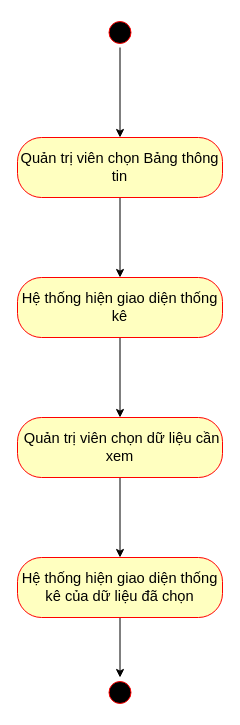
Earlier version of the draw.io diagram Nam3_HK1/CNPM_SoftTech/Activity Diagrams/Linh Quân/AD_ThốngKêMuaBán.drawio (EdgarIgnite16/SGU-Course). Source tidied: cells renumbered, new cells numbered last; positions are measured from the earlier drawing's top-left corner, leaving out a move shared by most shapes. Both pictures are drawn from the tidied source at 100%, with x=0, y=0 at pixel (17, 17).
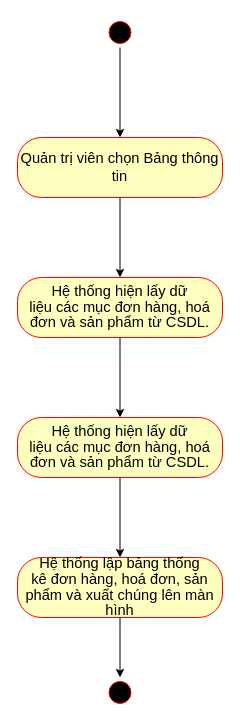
Above is the later version.

What changed in the source:
```diff
@@
 <mxGraphModel>
   <root>
     <mxCell id="0" />
     <mxCell id="1" parent="0" />
     <mxCell id="2" style="edgeStyle=orthogonalEdgeStyle;rounded=0;jettySize=auto;html=1;strokeColor=#000000;" parent="1" edge="1" source="11" target="4">
       <mxGeometry relative="1" as="geometry" />
     </mxCell>
     <mxCell id="3" style="edgeStyle=orthogonalEdgeStyle;rounded=0;jettySize=auto;html=1;strokeColor=#000000;" parent="1" edge="1" source="4" target="6">
       <mxGeometry relative="1" as="geometry" />
     </mxCell>
     <mxCell id="4" value="&lt;span id=&quot;docs-internal-guid-b119b1f9-7fff-7a8a-0c2a-a52a1cc7dd21&quot;&gt;&lt;p style=&quot;line-height:1.2;margin-top:0pt;margin-bottom:0pt;&quot; dir=&quot;ltr&quot;&gt;&lt;span id=&quot;docs-internal-guid-87ecdf26-7fff-a502-00cf-f5917936f4c6&quot;&gt;&lt;/span&gt;&lt;/p&gt;&lt;p style=&quot;line-height:1.2;margin-top:0pt;margin-bottom:0pt;&quot; dir=&quot;ltr&quot;&gt;&lt;span style=&quot;font-size: 11pt; font-family: Calibri, sans-serif; color: rgb(0, 0, 0); background-color: transparent; font-weight: 400; font-style: normal; font-variant: normal; text-decoration: none; vertical-align: baseline;&quot;&gt;Quản trị viên chọn Bảng thông tin&lt;/span&gt;&lt;/p&gt;&lt;/span&gt;" style="rounded=1;whiteSpace=wrap;html=1;arcSize=40;fontColor=#000000;fillColor=#ffffc0;strokeColor=#ff0000;fontFamily=Helvetica;" parent="1" vertex="1">
       <mxGeometry y="120" width="205" height="60" as="geometry" />
     </mxCell>
     <mxCell id="5" style="edgeStyle=orthogonalEdgeStyle;rounded=0;jettySize=auto;html=1;strokeColor=#000000;" parent="1" edge="1" source="6" target="8">
       <mxGeometry relative="1" as="geometry" />
     </mxCell>
-    <mxCell id="6" value="&lt;span id=&quot;docs-internal-guid-b119b1f9-7fff-7a8a-0c2a-a52a1cc7dd21&quot;&gt;&lt;p style=&quot;line-height:1.2;margin-top:0pt;margin-bottom:0pt;&quot; dir=&quot;ltr&quot;&gt;&lt;span id=&quot;docs-internal-guid-87ecdf26-7fff-a502-00cf-f5917936f4c6&quot;&gt;&lt;/span&gt;&lt;/p&gt;&lt;p style=&quot;line-height:1.2;margin-top:0pt;margin-bottom:0pt;&quot; dir=&quot;ltr&quot;&gt;&lt;span id=&quot;docs-internal-guid-6f0540c0-7fff-cedd-dd9e-b922fe658600&quot;&gt;&lt;/span&gt;&lt;/p&gt;&lt;p style=&quot;line-height:1.2;margin-top:0pt;margin-bottom:0pt;&quot; dir=&quot;ltr&quot;&gt;&lt;span style=&quot;font-size: 11pt; font-family: Calibri, sans-serif; color: rgb(0, 0, 0); background-color: transparent; font-weight: 400; font-style: normal; font-variant: normal; text-decoration: none; vertical-align: baseline;&quot;&gt;Hệ thống hiện giao diện thống kê&lt;/span&gt;&lt;/p&gt;&lt;/span&gt;" style="rounded=1;whiteSpace=wrap;html=1;arcSize=40;fontColor=#000000;fillColor=#ffffc0;strokeColor=#ff0000;fontFamily=Helvetica;" parent="1" vertex="1">
+    <mxCell id="6" value="&lt;span id=&quot;docs-internal-guid-b119b1f9-7fff-7a8a-0c2a-a52a1cc7dd21&quot;&gt;&lt;p style=&quot;line-height: 1.2 ; margin-top: 0pt ; margin-bottom: 0pt&quot; dir=&quot;ltr&quot;&gt;&lt;span id=&quot;docs-internal-guid-87ecdf26-7fff-a502-00cf-f5917936f4c6&quot;&gt;&lt;/span&gt;&lt;/p&gt;&lt;p style=&quot;line-height: 1.2 ; margin-top: 0pt ; margin-bottom: 0pt&quot; dir=&quot;ltr&quot;&gt;&lt;span id=&quot;docs-internal-guid-6f0540c0-7fff-cedd-dd9e-b922fe658600&quot;&gt;&lt;/span&gt;&lt;/p&gt;&lt;p style=&quot;line-height: 1.2 ; margin-top: 0pt ; margin-bottom: 0pt&quot; dir=&quot;ltr&quot;&gt;&lt;span style=&quot;font-size: 11.0pt ; line-height: 107% ; font-family: &amp;#34;calibri&amp;#34; , sans-serif&quot;&gt;Hệ thống hiện lấy dữ&lt;br/&gt;liệu các mục đơn hàng, hoá đơn và sản phẩm từ CSDL.&lt;/span&gt;&lt;br&gt;&lt;/p&gt;&lt;/span&gt;" style="rounded=1;whiteSpace=wrap;html=1;arcSize=40;fontColor=#000000;fillColor=#ffffc0;strokeColor=#ff0000;fontFamily=Helvetica;" parent="1" vertex="1">
       <mxGeometry y="260" width="205" height="60" as="geometry" />
     </mxCell>
     <mxCell id="7" style="edgeStyle=orthogonalEdgeStyle;rounded=0;jettySize=auto;html=1;strokeColor=#000000;" parent="1" edge="1" source="8" target="10">
       <mxGeometry relative="1" as="geometry" />
     </mxCell>
-    <mxCell id="8" value="&lt;span id=&quot;docs-internal-guid-b119b1f9-7fff-7a8a-0c2a-a52a1cc7dd21&quot;&gt;&lt;p style=&quot;line-height:1.2;margin-top:0pt;margin-bottom:0pt;&quot; dir=&quot;ltr&quot;&gt;&lt;span id=&quot;docs-internal-guid-87ecdf26-7fff-a502-00cf-f5917936f4c6&quot;&gt;&lt;/span&gt;&lt;/p&gt;&lt;p style=&quot;line-height:1.2;margin-top:0pt;margin-bottom:0pt;&quot; dir=&quot;ltr&quot;&gt;&lt;span id=&quot;docs-internal-guid-6f0540c0-7fff-cedd-dd9e-b922fe658600&quot;&gt;&lt;/span&gt;&lt;/p&gt;&lt;p style=&quot;line-height:1.2;margin-top:0pt;margin-bottom:0pt;&quot; dir=&quot;ltr&quot;&gt;&lt;span id=&quot;docs-internal-guid-0d1dfeef-7fff-f3c3-ceaf-9b7a43b76ab0&quot;&gt;&lt;/span&gt;&lt;/p&gt;&lt;p style=&quot;line-height:1.2;margin-top:0pt;margin-bottom:0pt;&quot; dir=&quot;ltr&quot;&gt;&lt;span style=&quot;font-size: 11pt; font-family: Calibri, sans-serif; color: rgb(0, 0, 0); background-color: transparent; font-weight: 400; font-style: normal; font-variant: normal; text-decoration: none; vertical-align: baseline;&quot;&gt;&amp;nbsp;Quản trị viên chọn dữ liệu cần xem&lt;/span&gt;&lt;/p&gt;&lt;/span&gt;" style="rounded=1;whiteSpace=wrap;html=1;arcSize=40;fontColor=#000000;fillColor=#ffffc0;strokeColor=#ff0000;fontFamily=Helvetica;" parent="1" vertex="1">
+    <mxCell id="8" value="&lt;span id=&quot;docs-internal-guid-b119b1f9-7fff-7a8a-0c2a-a52a1cc7dd21&quot;&gt;&lt;p style=&quot;line-height: 1.2 ; margin-top: 0pt ; margin-bottom: 0pt&quot; dir=&quot;ltr&quot;&gt;&lt;span id=&quot;docs-internal-guid-87ecdf26-7fff-a502-00cf-f5917936f4c6&quot;&gt;&lt;/span&gt;&lt;/p&gt;&lt;p style=&quot;line-height: 1.2 ; margin-top: 0pt ; margin-bottom: 0pt&quot; dir=&quot;ltr&quot;&gt;&lt;span id=&quot;docs-internal-guid-6f0540c0-7fff-cedd-dd9e-b922fe658600&quot;&gt;&lt;/span&gt;&lt;/p&gt;&lt;p style=&quot;line-height: 1.2 ; margin-top: 0pt ; margin-bottom: 0pt&quot; dir=&quot;ltr&quot;&gt;&lt;span id=&quot;docs-internal-guid-0d1dfeef-7fff-f3c3-ceaf-9b7a43b76ab0&quot;&gt;&lt;/span&gt;&lt;/p&gt;&lt;p style=&quot;line-height: 1.2 ; margin-top: 0pt ; margin-bottom: 0pt&quot; dir=&quot;ltr&quot;&gt;&lt;span style=&quot;font-size: 11.0pt ; line-height: 107% ; font-family: &amp;#34;calibri&amp;#34; , sans-serif&quot;&gt;Hệ thống hiện lấy dữ&lt;br/&gt;liệu các mục đơn hàng, hoá đơn và sản phẩm từ CSDL.&lt;/span&gt;&lt;br&gt;&lt;/p&gt;&lt;/span&gt;" style="rounded=1;whiteSpace=wrap;html=1;arcSize=40;fontColor=#000000;fillColor=#ffffc0;strokeColor=#ff0000;fontFamily=Helvetica;" parent="1" vertex="1">
       <mxGeometry y="400" width="205" height="60" as="geometry" />
     </mxCell>
     <mxCell id="9" style="edgeStyle=orthogonalEdgeStyle;rounded=0;jettySize=auto;html=1;entryX=0.5;entryY=0;entryDx=0;entryDy=0;strokeColor=#000000;" parent="1" edge="1" source="10" target="12">
       <mxGeometry relative="1" as="geometry" />
     </mxCell>
-    <mxCell id="10" value="&lt;span id=&quot;docs-internal-guid-b119b1f9-7fff-7a8a-0c2a-a52a1cc7dd21&quot;&gt;&lt;p style=&quot;line-height:1.2;margin-top:0pt;margin-bottom:0pt;&quot; dir=&quot;ltr&quot;&gt;&lt;span id=&quot;docs-internal-guid-87ecdf26-7fff-a502-00cf-f5917936f4c6&quot;&gt;&lt;/span&gt;&lt;/p&gt;&lt;p style=&quot;line-height:1.2;margin-top:0pt;margin-bottom:0pt;&quot; dir=&quot;ltr&quot;&gt;&lt;span id=&quot;docs-internal-guid-6f0540c0-7fff-cedd-dd9e-b922fe658600&quot;&gt;&lt;/span&gt;&lt;/p&gt;&lt;p style=&quot;line-height:1.2;margin-top:0pt;margin-bottom:0pt;&quot; dir=&quot;ltr&quot;&gt;&lt;span id=&quot;docs-internal-guid-0d1dfeef-7fff-f3c3-ceaf-9b7a43b76ab0&quot;&gt;&lt;/span&gt;&lt;/p&gt;&lt;p style=&quot;line-height:1.2;margin-top:0pt;margin-bottom:0pt;&quot; dir=&quot;ltr&quot;&gt;&lt;span id=&quot;docs-internal-guid-01b107ca-7fff-2f3e-bea0-99fc327c84b7&quot;&gt;&lt;/span&gt;&lt;/p&gt;&lt;p style=&quot;line-height:1.2;margin-top:0pt;margin-bottom:0pt;&quot; dir=&quot;ltr&quot;&gt;&lt;span style=&quot;font-size: 11pt; font-family: Calibri, sans-serif; color: rgb(0, 0, 0); background-color: transparent; font-weight: 400; font-style: normal; font-variant: normal; text-decoration: none; vertical-align: baseline;&quot;&gt;Hệ thống hiện giao diện thống kê của dữ liệu đã chọn&lt;/span&gt;&lt;/p&gt;&lt;/span&gt;" style="rounded=1;whiteSpace=wrap;html=1;arcSize=40;fontColor=#000000;fillColor=#ffffc0;strokeColor=#ff0000;fontFamily=Helvetica;" parent="1" vertex="1">
+    <mxCell id="10" value="&lt;span id=&quot;docs-internal-guid-b119b1f9-7fff-7a8a-0c2a-a52a1cc7dd21&quot;&gt;&lt;p style=&quot;line-height: 1.2 ; margin-top: 0pt ; margin-bottom: 0pt&quot; dir=&quot;ltr&quot;&gt;&lt;span id=&quot;docs-internal-guid-87ecdf26-7fff-a502-00cf-f5917936f4c6&quot;&gt;&lt;/span&gt;&lt;/p&gt;&lt;p style=&quot;line-height: 1.2 ; margin-top: 0pt ; margin-bottom: 0pt&quot; dir=&quot;ltr&quot;&gt;&lt;span id=&quot;docs-internal-guid-6f0540c0-7fff-cedd-dd9e-b922fe658600&quot;&gt;&lt;/span&gt;&lt;/p&gt;&lt;p style=&quot;line-height: 1.2 ; margin-top: 0pt ; margin-bottom: 0pt&quot; dir=&quot;ltr&quot;&gt;&lt;span id=&quot;docs-internal-guid-0d1dfeef-7fff-f3c3-ceaf-9b7a43b76ab0&quot;&gt;&lt;/span&gt;&lt;/p&gt;&lt;p style=&quot;line-height: 1.2 ; margin-top: 0pt ; margin-bottom: 0pt&quot; dir=&quot;ltr&quot;&gt;&lt;span id=&quot;docs-internal-guid-01b107ca-7fff-2f3e-bea0-99fc327c84b7&quot;&gt;&lt;/span&gt;&lt;/p&gt;&lt;p style=&quot;line-height: 1.2 ; margin-top: 0pt ; margin-bottom: 0pt&quot; dir=&quot;ltr&quot;&gt;&lt;span style=&quot;font-size: 11.0pt ; line-height: 107% ; font-family: &amp;#34;calibri&amp;#34; , sans-serif&quot;&gt;Hệ thống lập bảng thống&lt;br/&gt;kê đơn hàng, hoá đơn, sản phẩm và xuất chúng lên màn hình&lt;/span&gt;&lt;br&gt;&lt;/p&gt;&lt;/span&gt;" style="rounded=1;whiteSpace=wrap;html=1;arcSize=40;fontColor=#000000;fillColor=#ffffc0;strokeColor=#ff0000;fontFamily=Helvetica;" parent="1" vertex="1">
       <mxGeometry y="540" width="205" height="60" as="geometry" />
     </mxCell>
     <mxCell id="11" style="ellipse;html=1;shape=startState;fillColor=#000000;strokeColor=#ff0000;fontFamily=Helvetica;" parent="1" vertex="1">
       <mxGeometry x="87.5" width="30" height="30" as="geometry" />
     </mxCell>
     <mxCell id="12" style="ellipse;html=1;shape=startState;fillColor=#000000;strokeColor=#ff0000;fontFamily=Helvetica;" parent="1" vertex="1">
       <mxGeometry x="87.5" y="660" width="30" height="30" as="geometry" />
     </mxCell>
   </root>
 </mxGraphModel>
```
